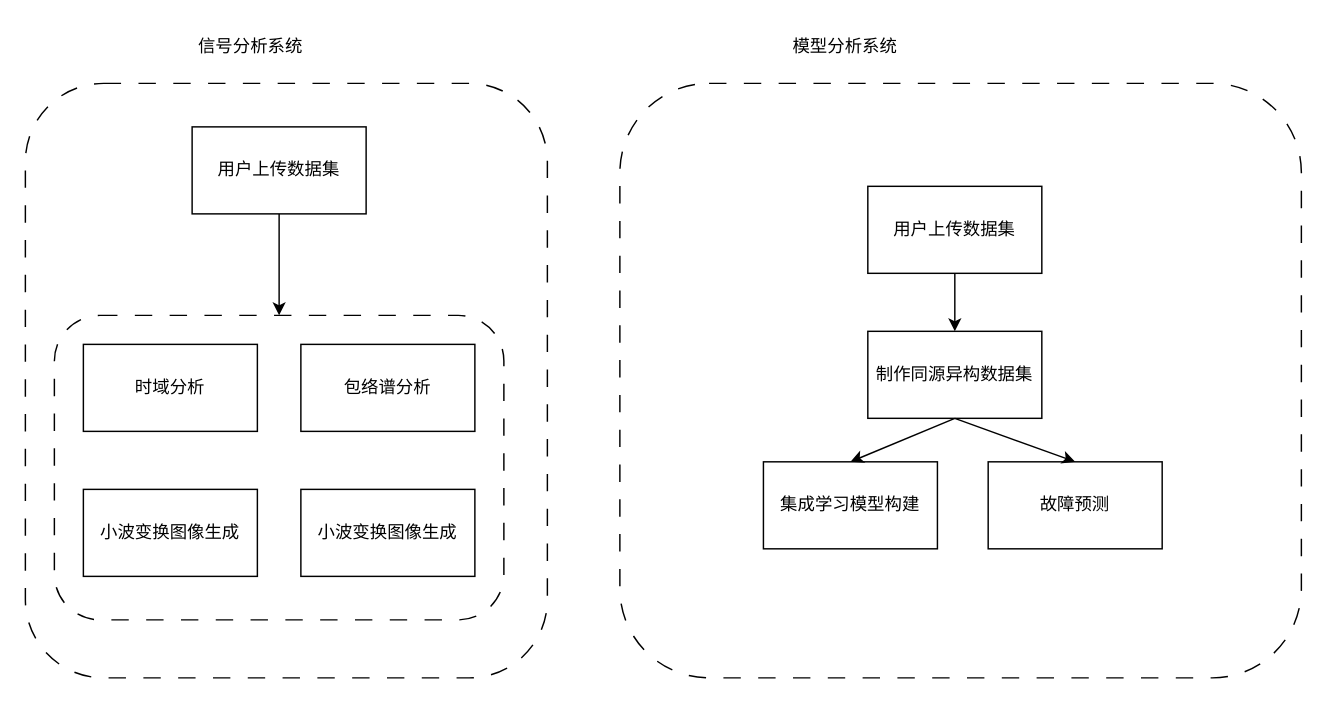
Before: 用户界面.drawio in TsukumoYukari/iodraw-files, a draw.io diagram. Source tidied: cells renumbered, new cells numbered last; positions are measured from the earlier drawing's top-left corner, leaving out a move shared by most shapes. Both pictures are drawn from the tidied source at 145%, with x=0, y=0 at pixel (25, 25).
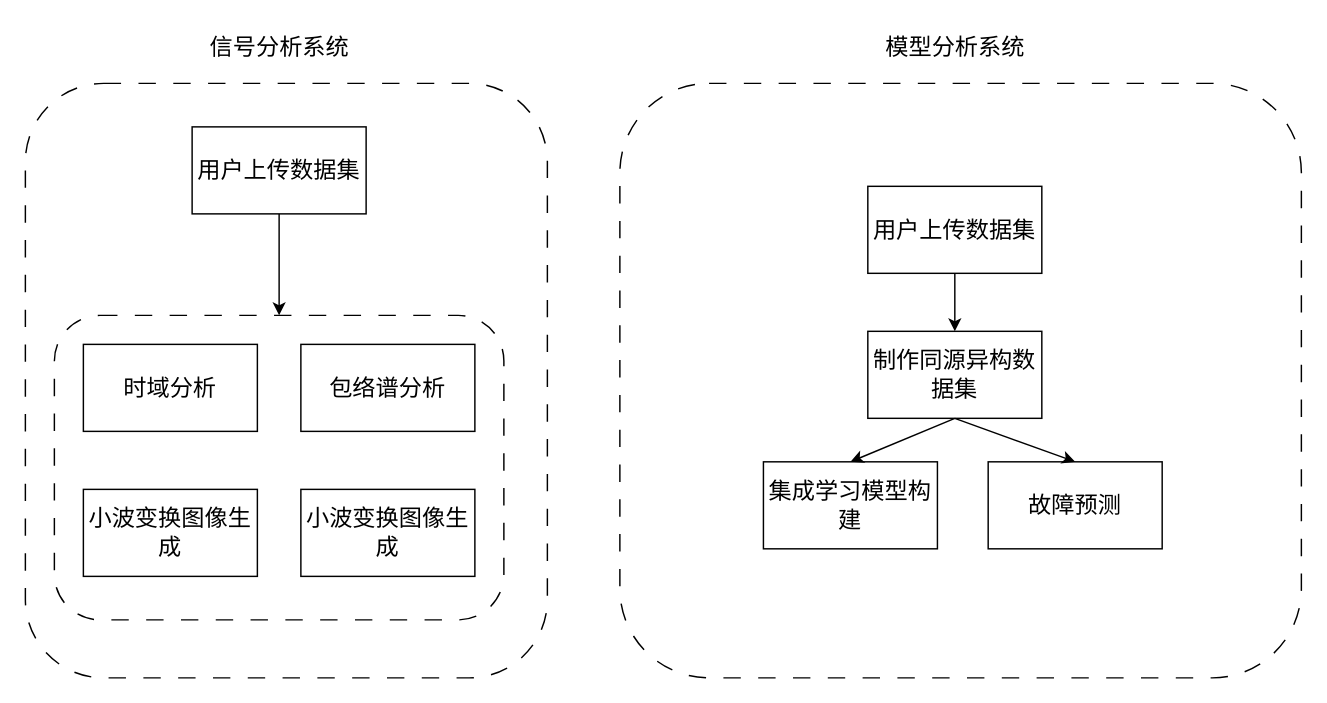
Above is the later version.

Commit message:
更新用户界面.drawio

Change to the diagram source:
```diff
@@
 <mxGraphModel>
   <root>
     <mxCell id="0" />
     <mxCell id="1" parent="0" />
+    <mxCell id="12" style="rounded=1;whiteSpace=wrap;html=1;fillColor=none;dashed=1;dashPattern=12 12;" parent="1" vertex="1">
+      <mxGeometry x="20" y="200" width="310" height="210" as="geometry" />
+    </mxCell>
     <mxCell id="2" style="rounded=1;whiteSpace=wrap;html=1;fillColor=none;dashed=1;dashPattern=12 12;" parent="1" vertex="1">
       <mxGeometry y="40" width="360" height="410" as="geometry" />
     </mxCell>
-    <mxCell id="3" value="信号分析系统" style="text;html=1;align=center;verticalAlign=middle;strokeColor=none;fillColor=none;" parent="1" vertex="1">
-      <mxGeometry x="105" width="100" height="30" as="geometry" />
+    <mxCell id="3" value="信号分析系统" style="text;html=1;align=center;verticalAlign=middle;strokeColor=none;fillColor=none;fontSize=16;" parent="1" vertex="1">
+      <mxGeometry x="115" width="120" height="30" as="geometry" />
     </mxCell>
     <mxCell id="4" style="rounded=1;whiteSpace=wrap;html=1;fillColor=none;dashed=1;dashPattern=12 12;" parent="1" vertex="1">
       <mxGeometry x="410" y="40" width="470" height="410" as="geometry" />
     </mxCell>
-    <mxCell id="5" value="模型分析系统" style="text;html=1;align=center;verticalAlign=middle;strokeColor=none;fillColor=none;" parent="1" vertex="1">
-      <mxGeometry x="515" width="100" height="30" as="geometry" />
+    <mxCell id="5" value="模型分析系统" style="text;html=1;align=center;verticalAlign=middle;strokeColor=none;fillColor=none;fontSize=16;" parent="1" vertex="1">
+      <mxGeometry x="581" width="120" height="30" as="geometry" />
     </mxCell>
-    <mxCell id="6" value="用户上传数据集" style="rounded=0;whiteSpace=wrap;html=1;" parent="1" vertex="1">
+    <mxCell id="6" value="用户上传数据集" style="rounded=0;whiteSpace=wrap;html=1;fontSize=16;" parent="1" vertex="1">
       <mxGeometry x="115" y="70" width="120" height="60" as="geometry" />
     </mxCell>
     <mxCell id="7" style="endArrow=classic;html=1;rounded=0;exitX=0.5;exitY=1;exitDx=0;exitDy=0;entryX=0.5;entryY=0;entryDx=0;entryDy=0;" parent="1" edge="1" source="6" target="12">
       <mxGeometry relative="1" as="geometry" />
     </mxCell>
-    <mxCell id="8" value="时域分析" style="rounded=0;whiteSpace=wrap;html=1;" parent="1" vertex="1">
+    <mxCell id="8" value="时域分析" style="rounded=0;whiteSpace=wrap;html=1;fontSize=16;" parent="1" vertex="1">
       <mxGeometry x="40" y="220" width="120" height="60" as="geometry" />
     </mxCell>
-    <mxCell id="9" value="包络谱分析" style="rounded=0;whiteSpace=wrap;html=1;" parent="1" vertex="1">
+    <mxCell id="9" value="包络谱分析" style="rounded=0;whiteSpace=wrap;html=1;fontSize=16;" parent="1" vertex="1">
       <mxGeometry x="190" y="220" width="120" height="60" as="geometry" />
     </mxCell>
-    <mxCell id="10" value="小波变换图像生成" style="rounded=0;whiteSpace=wrap;html=1;" parent="1" vertex="1">
+    <mxCell id="10" value="小波变换图像生成" style="rounded=0;whiteSpace=wrap;html=1;fontSize=16;" parent="1" vertex="1">
       <mxGeometry x="40" y="320" width="120" height="60" as="geometry" />
     </mxCell>
-    <mxCell id="11" value="小波变换图像生成" style="rounded=0;whiteSpace=wrap;html=1;" parent="1" vertex="1">
+    <mxCell id="11" value="小波变换图像生成" style="rounded=0;whiteSpace=wrap;html=1;fontSize=16;" parent="1" vertex="1">
       <mxGeometry x="190" y="320" width="120" height="60" as="geometry" />
     </mxCell>
-    <mxCell id="12" style="rounded=1;whiteSpace=wrap;html=1;fillColor=none;dashed=1;dashPattern=12 12;" parent="1" vertex="1">
-      <mxGeometry x="20" y="200" width="310" height="210" as="geometry" />
-    </mxCell>
-    <mxCell id="13" value="用户上传数据集" style="rounded=0;whiteSpace=wrap;html=1;" parent="1" vertex="1">
+    <mxCell id="13" value="用户上传数据集" style="rounded=0;whiteSpace=wrap;html=1;fontSize=16;" parent="1" vertex="1">
       <mxGeometry x="581" y="111" width="120" height="60" as="geometry" />
     </mxCell>
-    <mxCell id="14" value="制作同源异构数据集" style="rounded=0;whiteSpace=wrap;html=1;" parent="1" vertex="1">
+    <mxCell id="14" value="制作同源异构数据集" style="rounded=0;whiteSpace=wrap;html=1;fontSize=16;" parent="1" vertex="1">
       <mxGeometry x="581" y="211" width="120" height="60" as="geometry" />
     </mxCell>
-    <mxCell id="15" value="集成学习模型构建" style="rounded=0;whiteSpace=wrap;html=1;" parent="1" vertex="1">
+    <mxCell id="15" value="集成学习模型构建" style="rounded=0;whiteSpace=wrap;html=1;fontSize=16;" parent="1" vertex="1">
       <mxGeometry x="509" y="301" width="120" height="60" as="geometry" />
     </mxCell>
     <mxCell id="16" style="endArrow=classic;html=1;rounded=0;entryX=0.5;entryY=0;entryDx=0;entryDy=0;exitX=0.5;exitY=1;exitDx=0;exitDy=0;" parent="1" edge="1" source="13" target="14">
       <mxGeometry relative="1" as="geometry" />
     </mxCell>
     <mxCell id="17" style="endArrow=classic;html=1;rounded=0;entryX=0.5;entryY=0;entryDx=0;entryDy=0;exitX=0.5;exitY=1;exitDx=0;exitDy=0;" parent="1" edge="1" source="14" target="15">
       <mxGeometry relative="1" as="geometry" />
     </mxCell>
-    <mxCell id="18" value="故障预测" style="rounded=0;whiteSpace=wrap;html=1;" parent="1" vertex="1">
+    <mxCell id="18" value="故障预测" style="rounded=0;whiteSpace=wrap;html=1;fontSize=16;" parent="1" vertex="1">
       <mxGeometry x="664" y="301" width="120" height="60" as="geometry" />
     </mxCell>
     <mxCell id="19" style="endArrow=classic;html=1;rounded=0;exitX=0.5;exitY=1;exitDx=0;exitDy=0;entryX=0.5;entryY=0;entryDx=0;entryDy=0;" parent="1" edge="1" source="14" target="18">
       <mxGeometry relative="1" as="geometry" />
     </mxCell>
   </root>
 </mxGraphModel>
```
